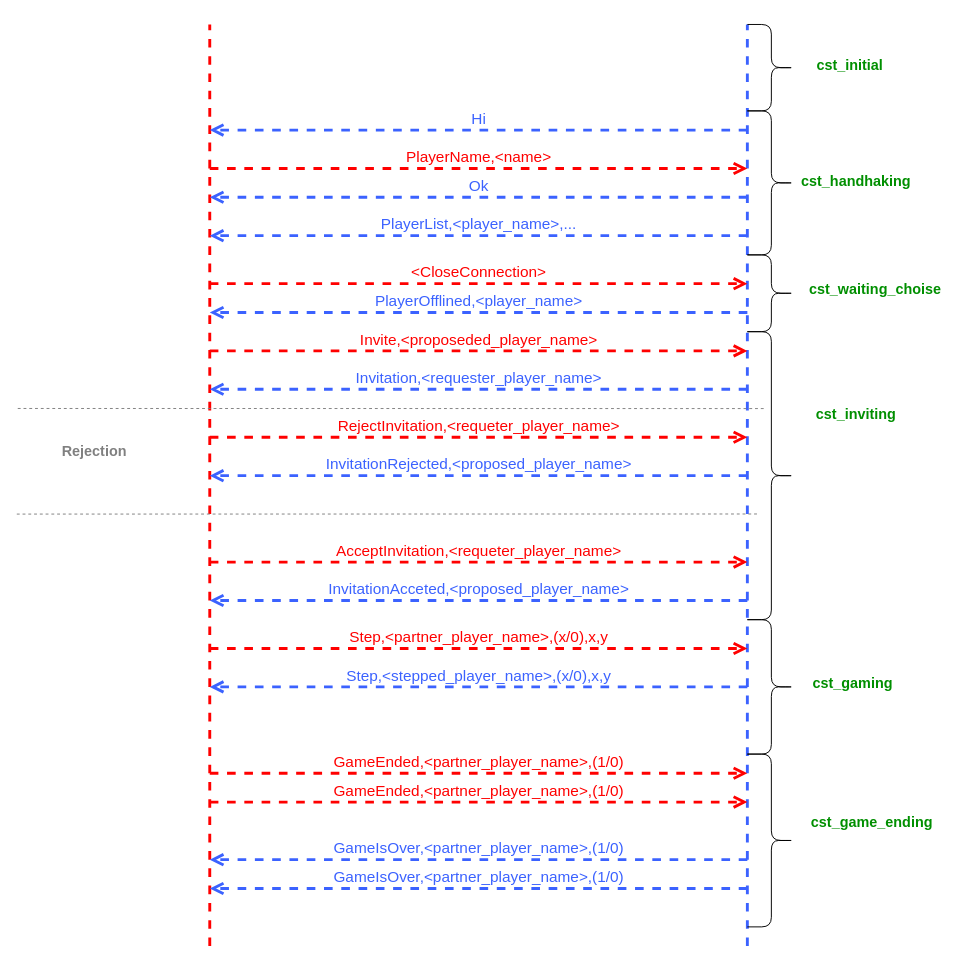
Above: EasyTcpServerClient/doc/Protocol.drawio in Alex-Tsarenko/Server-Lessons (draw.io), before the change. Source tidied: cells renumbered, new cells numbered last; positions are measured from the earlier drawing's top-left corner, leaving out a move shared by most shapes. Both pictures are drawn from the tidied source at 96%, with x=0, y=0 at pixel (16, 24).
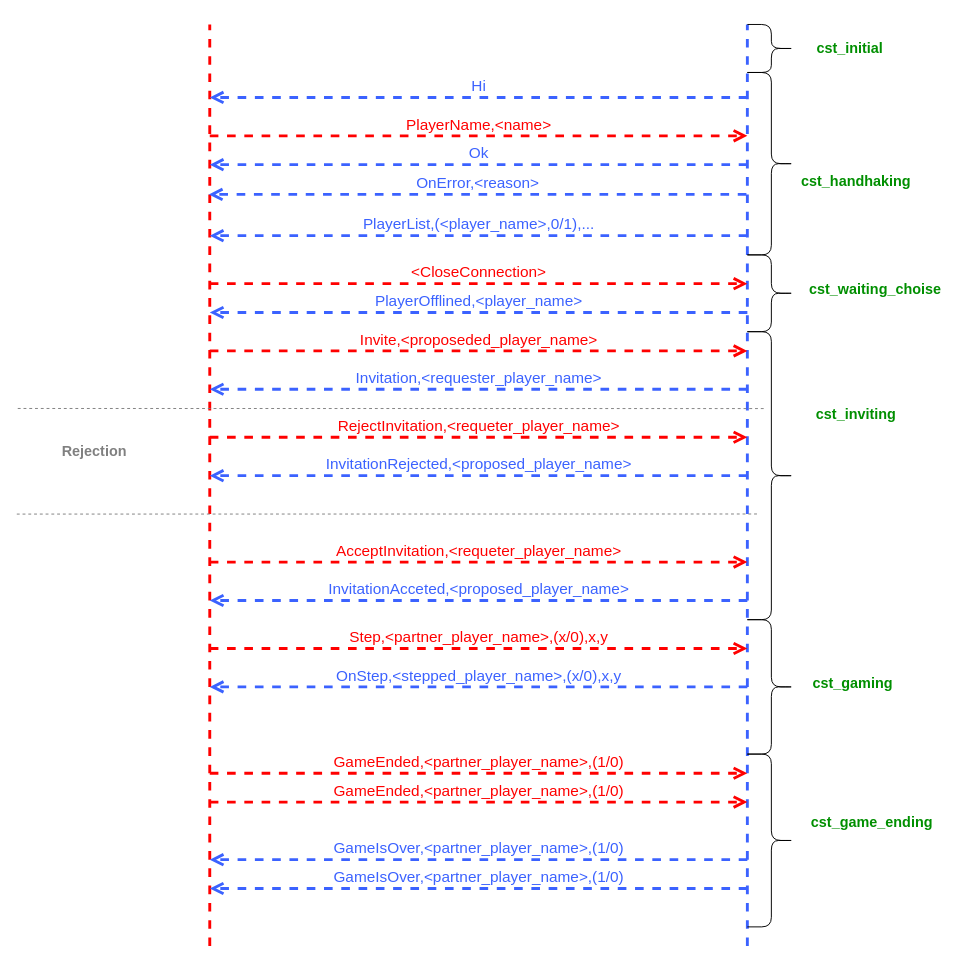
Above is the later version.

Commit message (it also covers changes not shown here):
implementing protocol

Diff of the diagram source:
```diff
@@
     <mxCell id="4" value="Hi" style="html=1;verticalAlign=bottom;endArrow=open;dashed=1;endSize=8;rounded=0;fontSize=16;fontColor=#3B62FF;strokeColor=#3B62FF;strokeWidth=3;" parent="1" edge="1">
       <mxGeometry relative="1" as="geometry">
-        <mxPoint x="761" y="110" as="sourcePoint" />
-        <mxPoint x="201" y="110" as="targetPoint" />
+        <mxPoint x="761" y="76" as="sourcePoint" />
+        <mxPoint x="201" y="76" as="targetPoint" />
       </mxGeometry>
     </mxCell>
     <mxCell id="5" value="PlayerName,&amp;lt;name&amp;gt;" style="html=1;verticalAlign=bottom;endArrow=open;dashed=1;endSize=8;rounded=0;fontSize=16;fontColor=#FF0000;strokeColor=#FF0000;strokeWidth=3;" parent="1" edge="1">
       <mxGeometry relative="1" as="geometry">
-        <mxPoint x="201" y="150" as="sourcePoint" />
-        <mxPoint x="761" y="150" as="targetPoint" />
+        <mxPoint x="201" y="116" as="sourcePoint" />
+        <mxPoint x="761" y="116" as="targetPoint" />
       </mxGeometry>
     </mxCell>
     <mxCell id="6" value="Ok" style="html=1;verticalAlign=bottom;endArrow=open;dashed=1;endSize=8;rounded=0;fontSize=16;fontColor=#3B62FF;strokeColor=#3B62FF;strokeWidth=3;" parent="1" edge="1">
       <mxGeometry relative="1" as="geometry">
-        <mxPoint x="761" y="180" as="sourcePoint" />
-        <mxPoint x="201" y="180" as="targetPoint" />
+        <mxPoint x="761" y="146" as="sourcePoint" />
+        <mxPoint x="201" y="146" as="targetPoint" />
       </mxGeometry>
     </mxCell>
@@
-    <mxCell id="17" value="Step,&amp;lt;stepped_player_name&amp;gt;,(x/0),x,y" style="html=1;verticalAlign=bottom;endArrow=open;dashed=1;endSize=8;rounded=0;fontSize=16;fontColor=#3B62FF;strokeColor=#3B62FF;strokeWidth=3;" parent="1" edge="1">
+    <mxCell id="17" value="OnStep,&amp;lt;stepped_player_name&amp;gt;,(x/0),x,y" style="html=1;verticalAlign=bottom;endArrow=open;dashed=1;endSize=8;rounded=0;fontSize=16;fontColor=#3B62FF;strokeColor=#3B62FF;strokeWidth=3;" parent="1" edge="1">
       <mxGeometry relative="1" as="geometry">
         <mxPoint x="761" y="690" as="sourcePoint" />
         <mxPoint x="201" y="690" as="targetPoint" />
       </mxGeometry>
     </mxCell>
@@
     <mxCell id="22" style="shape=curlyBracket;whiteSpace=wrap;html=1;rounded=1;flipH=1;fontSize=15;fontColor=#3B62FF;" parent="1" vertex="1">
-      <mxGeometry x="761" width="50" height="90" as="geometry" />
+      <mxGeometry x="761" width="50" height="50" as="geometry" />
     </mxCell>
     <mxCell id="23" value="cst_initial" style="text;align=center;fontStyle=1;verticalAlign=middle;spacingLeft=3;spacingRight=3;strokeColor=none;fontSize=15;fontColor=#008F00;" parent="1" vertex="1">
-      <mxGeometry x="828" y="10" width="80" height="63" as="geometry" />
+      <mxGeometry x="828" y="-8" width="80" height="63" as="geometry" />
     </mxCell>
@@
     <mxCell id="25" style="shape=curlyBracket;whiteSpace=wrap;html=1;rounded=1;flipH=1;fontSize=15;fontColor=#3B62FF;" parent="1" vertex="1">
-      <mxGeometry x="761" y="90" width="50" height="150" as="geometry" />
+      <mxGeometry x="761" y="50" width="50" height="190" as="geometry" />
     </mxCell>
-    <mxCell id="26" value="PlayerList,&amp;lt;player_name&amp;gt;,..." style="html=1;verticalAlign=bottom;endArrow=open;dashed=1;endSize=8;rounded=0;fontSize=16;fontColor=#3B62FF;strokeColor=#3B62FF;strokeWidth=3;" parent="1" edge="1">
+    <mxCell id="26" value="PlayerList,(&amp;lt;player_name&amp;gt;,0/1),..." style="html=1;verticalAlign=bottom;endArrow=open;dashed=1;endSize=8;rounded=0;fontSize=16;fontColor=#3B62FF;strokeColor=#3B62FF;strokeWidth=3;" parent="1" edge="1">
       <mxGeometry relative="1" as="geometry">
         <mxPoint x="761" y="220" as="sourcePoint" />
         <mxPoint x="201" y="220" as="targetPoint" />
       </mxGeometry>
     </mxCell>
@@
+    <mxCell id="37" value="OnError,&amp;lt;reason&amp;gt;" style="html=1;verticalAlign=bottom;endArrow=open;dashed=1;endSize=8;rounded=0;fontSize=16;fontColor=#3B62FF;strokeColor=#3B62FF;strokeWidth=3;" parent="1" edge="1">
+      <mxGeometry relative="1" as="geometry">
+        <mxPoint x="760" y="177" as="sourcePoint" />
+        <mxPoint x="200" y="177" as="targetPoint" />
+      </mxGeometry>
+    </mxCell>
```
